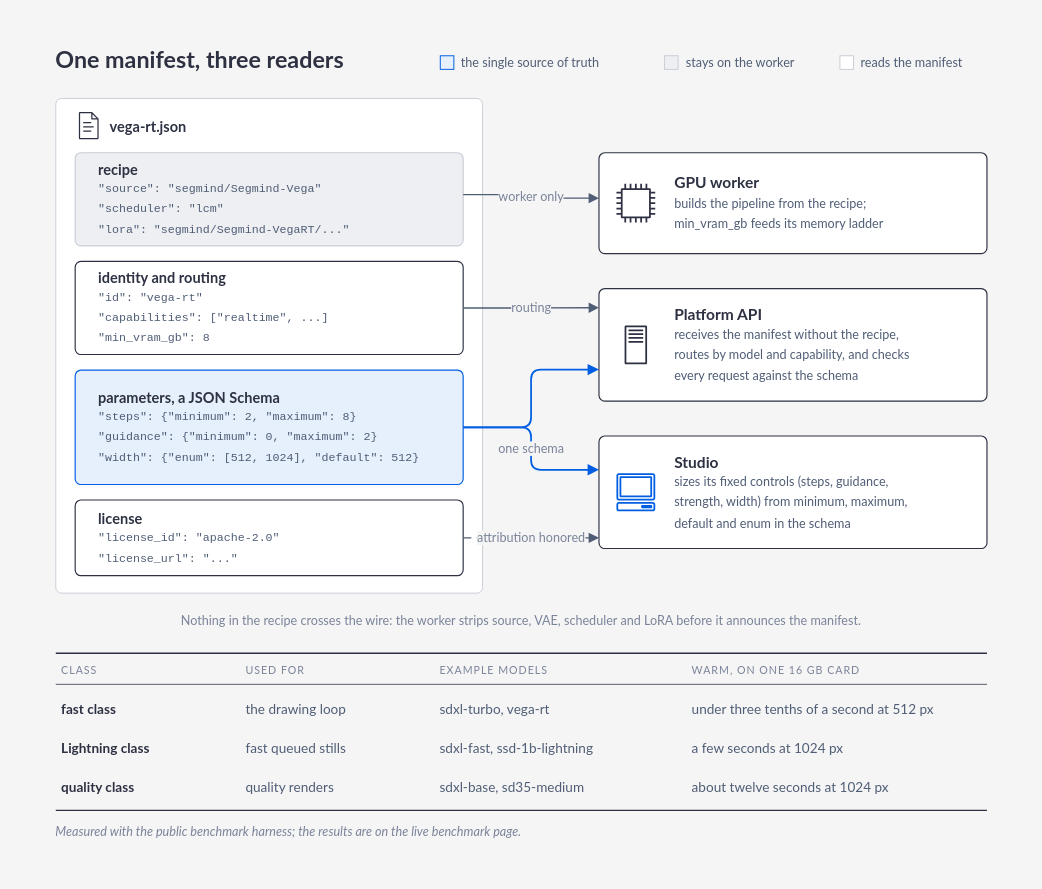
The draw.io diagram docs/figures/whitepaper/model-manifest.drawio in Portocolom-Studio/potocolom, before the edit. Source tidied: cells renumbered, new cells numbered last; positions are measured from the earlier drawing's top-left corner, leaving out a move shared by most shapes. Both pictures are drawn from the tidied source at 97%, with x=0, y=0 at pixel (16, 16).
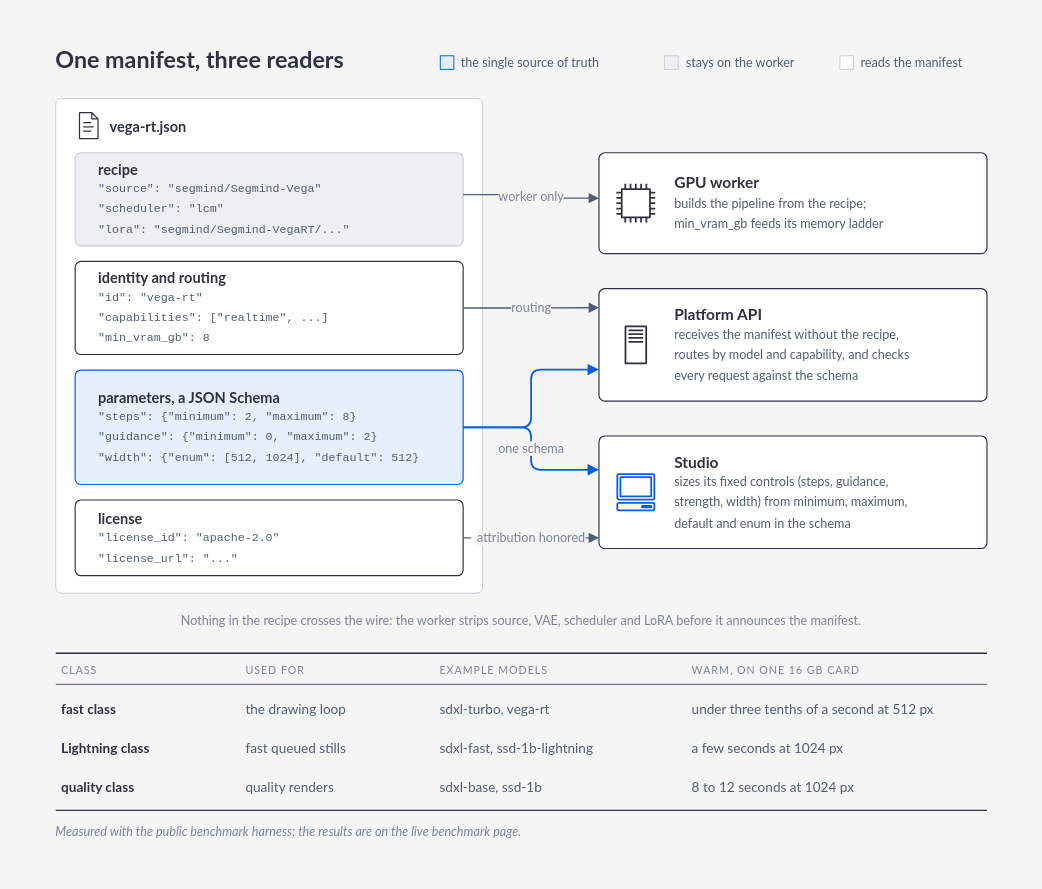
The same page after the edit.

Change to the diagram source:
```diff
@@
-    <mxCell id="45" value="sdxl-base, sd35-medium" style="text;html=1;whiteSpace=wrap;fontFamily=Lato;fontSize=14;fontColor=#4f5d75;fontStyle=0;align=left;verticalAlign=middle;spacing=0;" parent="1" vertex="1">
+    <mxCell id="45" value="sdxl-base, ssd-1b" style="text;html=1;whiteSpace=wrap;fontFamily=Lato;fontSize=14;fontColor=#4f5d75;fontStyle=0;align=left;verticalAlign=middle;spacing=0;" parent="1" vertex="1">
       <mxGeometry x="436" y="774" width="248" height="40" as="geometry" />
     </mxCell>
-    <mxCell id="46" value="about twelve seconds at 1024 px" style="text;html=1;whiteSpace=wrap;fontFamily=Lato;fontSize=14;fontColor=#4f5d75;fontStyle=0;align=left;verticalAlign=middle;spacing=0;" parent="1" vertex="1">
+    <mxCell id="46" value="8 to 12 seconds at 1024 px" style="text;html=1;whiteSpace=wrap;fontFamily=Lato;fontSize=14;fontColor=#4f5d75;fontStyle=0;align=left;verticalAlign=middle;spacing=0;" parent="1" vertex="1">
       <mxGeometry x="696" y="774" width="298" height="40" as="geometry" />
     </mxCell>
```
